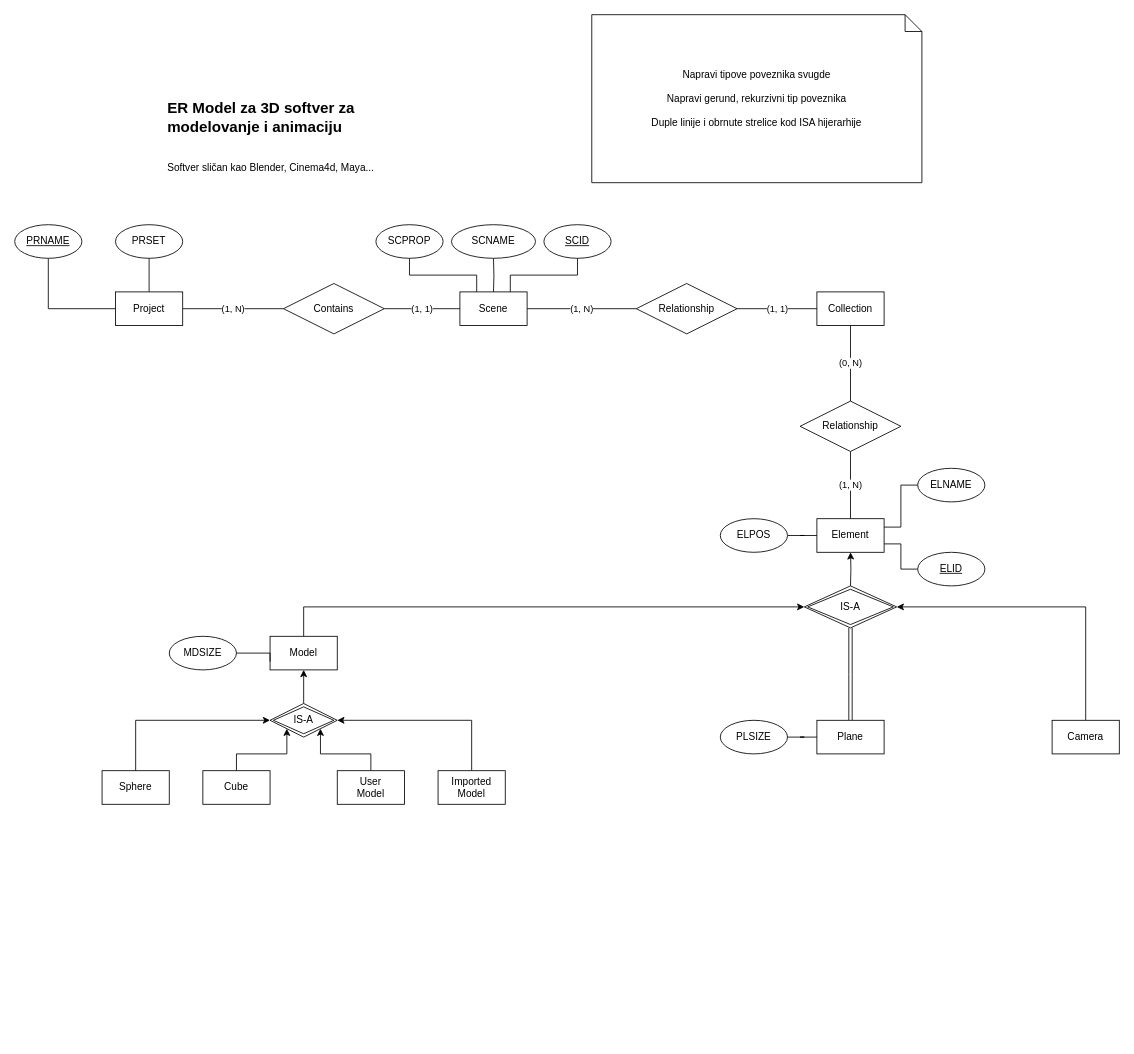
Before: 3d_Softw_ER_Model.drawio in Ikkjo/3d-modeling-db, a draw.io diagram. Source tidied: cells renumbered, new cells numbered last; positions are measured from the earlier drawing's top-left corner, leaving out a move shared by most shapes. Both pictures are drawn from the tidied source at 84%, with x=0, y=0 at pixel (14, 14).
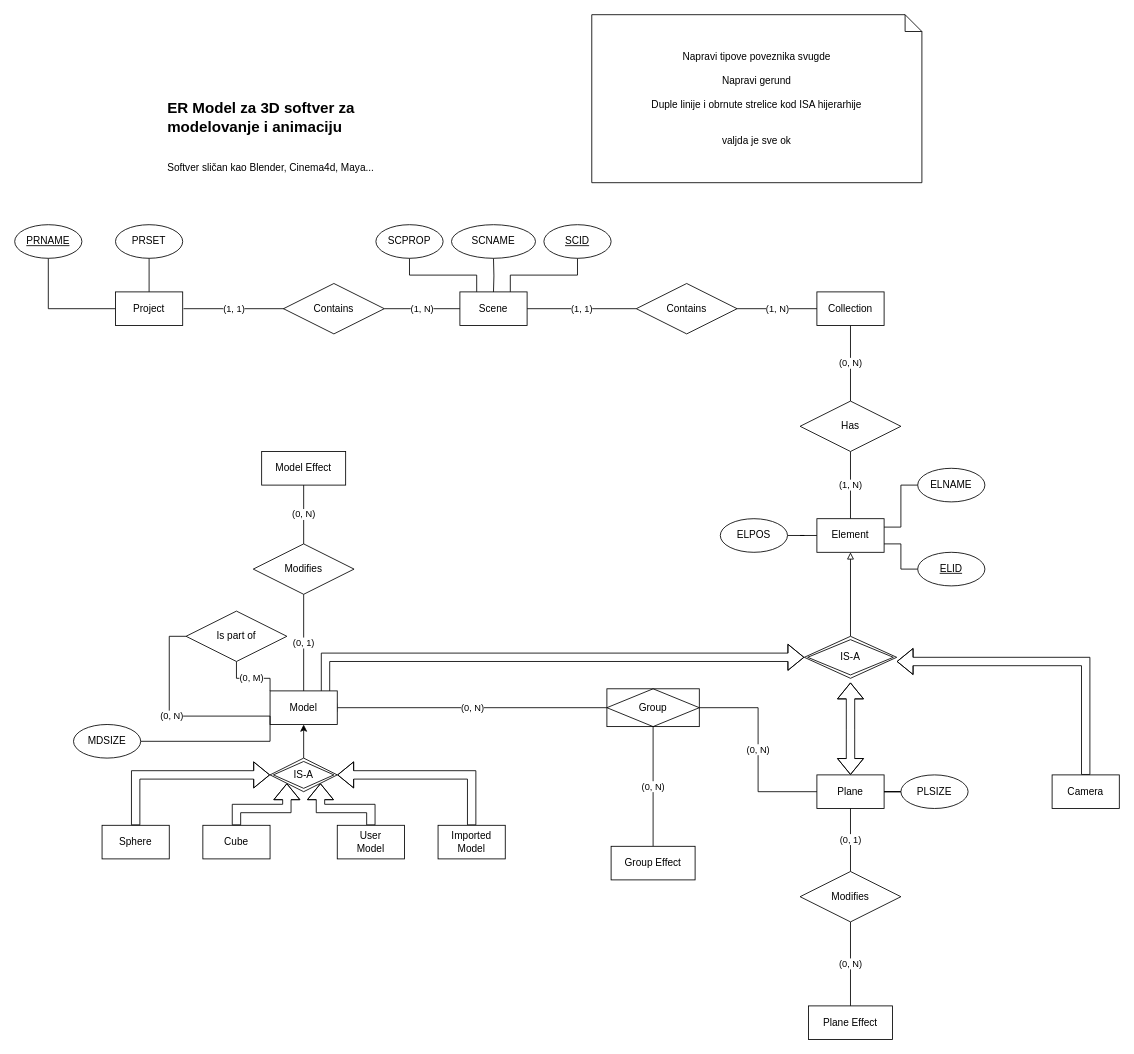
After the change.

Unchanged cells that the change refers to:
```xml
<mxCell id="6" value="Scene" style="whiteSpace=wrap;html=1;align=center;" parent="1" vertex="1">
  <mxGeometry x="530" y="330" width="80" height="40" as="geometry" />
</mxCell>
<mxCell id="10" value="Project" style="whiteSpace=wrap;html=1;align=center;" parent="1" vertex="1">
  <mxGeometry x="120" y="330" width="80" height="40" as="geometry" />
</mxCell>
<mxCell id="37" value="Collection" style="whiteSpace=wrap;html=1;align=center;" parent="1" vertex="1">
  <mxGeometry x="955" y="330" width="80" height="40" as="geometry" />
</mxCell>
<mxCell id="39" value="Element" style="whiteSpace=wrap;html=1;align=center;" parent="1" vertex="1">
  <mxGeometry x="955" y="600" width="80" height="40" as="geometry" />
</mxCell>
<mxCell id="50" value="Contains" style="shape=rhombus;perimeter=rhombusPerimeter;whiteSpace=wrap;html=1;align=center;" parent="1" vertex="1">
  <mxGeometry x="320" y="320" width="120" height="60" as="geometry" />
</mxCell>
```

Diff of the diagram source:
```diff
@@
-    <mxCell id="4" value="(1, 1)" style="edgeStyle=orthogonalEdgeStyle;rounded=0;jettySize=auto;html=1;exitX=0;exitY=0.5;exitDx=0;exitDy=0;entryX=1;entryY=0.5;entryDx=0;entryDy=0;endArrow=none;endFill=0;" parent="1" edge="1" source="6" target="50">
-      <mxGeometry relative="1" as="geometry" />
+    <mxCell id="4" value="(1, N)" style="edgeStyle=orthogonalEdgeStyle;rounded=0;jettySize=auto;html=1;exitX=0;exitY=0.5;exitDx=0;exitDy=0;entryX=1;entryY=0.5;entryDx=0;entryDy=0;endArrow=none;endFill=0;" parent="1" edge="1" source="6" target="50">
+      <mxGeometry relative="1" as="geometry">
+        <Array as="points">
+          <mxPoint x="490" y="350" />
+          <mxPoint x="490" y="350" />
+        </Array>
+      </mxGeometry>
     </mxCell>
-    <mxCell id="5" value="(1, N)" style="edgeStyle=orthogonalEdgeStyle;rounded=0;jettySize=auto;html=1;exitX=1;exitY=0.5;exitDx=0;exitDy=0;entryX=0;entryY=0.5;entryDx=0;entryDy=0;endArrow=none;endFill=0;" parent="1" edge="1" source="6" target="52">
+    <mxCell id="5" value="(1, 1)" style="edgeStyle=orthogonalEdgeStyle;rounded=0;jettySize=auto;html=1;exitX=1;exitY=0.5;exitDx=0;exitDy=0;entryX=0;entryY=0.5;entryDx=0;entryDy=0;endArrow=none;endFill=0;" parent="1" edge="1" source="6" target="52">
       <mxGeometry relative="1" as="geometry" />
     </mxCell>
@@
-    <mxCell id="7" value="(1, N)" style="edgeStyle=orthogonalEdgeStyle;rounded=0;jettySize=auto;html=1;exitX=1;exitY=0.5;exitDx=0;exitDy=0;endArrow=none;endFill=0;entryX=0;entryY=0.5;entryDx=0;entryDy=0;" parent="1" edge="1" source="10" target="50">
-      <mxGeometry relative="1" as="geometry" />
+    <mxCell id="7" value="(1, 1)" style="edgeStyle=orthogonalEdgeStyle;rounded=0;orthogonalLoop=1;jettySize=auto;html=1;exitX=1;exitY=0.5;exitDx=0;exitDy=0;endArrow=none;endFill=0;entryX=0;entryY=0.5;entryDx=0;entryDy=0;" parent="1" edge="1">
+      <mxGeometry relative="1" as="geometry">
+        <mxPoint x="201" y="350" as="sourcePoint" />
+        <mxPoint x="321" y="350" as="targetPoint" />
+      </mxGeometry>
     </mxCell>
@@
-    <mxCell id="11" style="edgeStyle=orthogonalEdgeStyle;rounded=0;jettySize=auto;html=1;entryX=1;entryY=0.5;entryDx=0;entryDy=0;endArrow=classic;endFill=1;" parent="1" edge="1" source="12">
+    <mxCell id="11" style="edgeStyle=orthogonalEdgeStyle;rounded=0;jettySize=auto;html=1;entryX=1;entryY=0.5;entryDx=0;entryDy=0;endArrow=classic;endFill=1;shape=flexArrow;" parent="1" edge="1" source="12">
       <mxGeometry relative="1" as="geometry">
-        <mxPoint x="1050" y="705" as="targetPoint" />
+        <mxPoint x="1050" y="770" as="targetPoint" />
         <Array as="points">
-          <mxPoint x="1275" y="705" />
+          <mxPoint x="1275" y="770" />
         </Array>
       </mxGeometry>
     </mxCell>
     <mxCell id="12" value="Camera" style="whiteSpace=wrap;html=1;align=center;" parent="1" vertex="1">
-      <mxGeometry x="1235" y="840" width="80" height="40" as="geometry" />
+      <mxGeometry x="1235" y="905" width="80" height="40" as="geometry" />
     </mxCell>
@@
-    <mxCell id="14" style="edgeStyle=orthogonalEdgeStyle;rounded=0;jettySize=auto;html=1;exitX=0.5;exitY=0;exitDx=0;exitDy=0;entryX=0;entryY=0.5;entryDx=0;entryDy=0;endArrow=classic;endFill=1;" parent="1" edge="1" source="15" target="45">
-      <mxGeometry relative="1" as="geometry" />
+    <mxCell id="14" style="edgeStyle=orthogonalEdgeStyle;rounded=0;jettySize=auto;html=1;exitX=1;exitY=0.5;exitDx=0;exitDy=0;entryX=0;entryY=0.5;entryDx=0;entryDy=0;startArrow=none;startFill=0;endArrow=block;endFill=0;fillColor=none;shape=flexArrow;" parent="1" edge="1" source="15" target="45">
+      <mxGeometry relative="1" as="geometry">
+        <Array as="points">
+          <mxPoint x="370" y="825" />
+          <mxPoint x="370" y="765" />
+        </Array>
+      </mxGeometry>
     </mxCell>
+    <mxCell id="55" value="(0, N)" style="edgeStyle=orthogonalEdgeStyle;rounded=0;jettySize=auto;html=1;exitX=1;exitY=0.5;exitDx=0;exitDy=0;entryX=0;entryY=0.5;entryDx=0;entryDy=0;startArrow=none;startFill=0;endArrow=none;endFill=0;fillColor=none;" parent="1" edge="1" source="15" target="63">
+      <mxGeometry relative="1" as="geometry" />
+    </mxCell>
     <mxCell id="15" value="Model" style="whiteSpace=wrap;html=1;align=center;" parent="1" vertex="1">
-      <mxGeometry x="304" y="740" width="80" height="40" as="geometry" />
+      <mxGeometry x="304" y="805" width="80" height="40" as="geometry" />
     </mxCell>
-    <mxCell id="16" value="Sphere" style="whiteSpace=wrap;html=1;align=center;" parent="1" vertex="1">
-      <mxGeometry x="104" y="900" width="80" height="40" as="geometry" />
+    <mxCell id="16" value="Sphere" style="whiteSpace=wrap;html=1;align=center;imageWidth=30;imageHeight=30;" parent="1" vertex="1">
+      <mxGeometry x="104" y="965" width="80" height="40" as="geometry" />
     </mxCell>
-    <mxCell id="17" value="Cube" style="whiteSpace=wrap;html=1;align=center;" parent="1" vertex="1">
-      <mxGeometry x="224" y="900" width="80" height="40" as="geometry" />
+    <mxCell id="17" value="Cube" style="whiteSpace=wrap;html=1;align=center;imageWidth=30;imageHeight=30;" parent="1" vertex="1">
+      <mxGeometry x="224" y="965" width="80" height="40" as="geometry" />
     </mxCell>
-    <mxCell id="18" style="edgeStyle=orthogonalEdgeStyle;rounded=0;jettySize=auto;html=1;exitX=0;exitY=0.5;exitDx=0;exitDy=0;entryX=0.5;entryY=0;entryDx=0;entryDy=0;startArrow=classic;startFill=1;endArrow=none;endFill=0;" parent="1" edge="1" source="22" target="16">
+    <mxCell id="18" style="edgeStyle=orthogonalEdgeStyle;rounded=0;jettySize=auto;html=1;exitX=0;exitY=0.5;exitDx=0;exitDy=0;entryX=0.5;entryY=0;entryDx=0;entryDy=0;startArrow=classic;startFill=1;endArrow=none;endFill=0;shape=flexArrow;" parent="1" edge="1" source="22" target="16">
       <mxGeometry relative="1" as="geometry" />
     </mxCell>
-    <mxCell id="19" style="edgeStyle=orthogonalEdgeStyle;rounded=0;jettySize=auto;html=1;exitX=0;exitY=1;exitDx=0;exitDy=0;startArrow=classic;startFill=1;endArrow=none;endFill=0;" parent="1" edge="1" source="22" target="17">
+    <mxCell id="19" style="edgeStyle=orthogonalEdgeStyle;rounded=0;jettySize=auto;html=1;exitX=0;exitY=1;exitDx=0;exitDy=0;startArrow=classic;startFill=1;endArrow=none;endFill=0;shape=flexArrow;" parent="1" edge="1" source="22" target="17">
       <mxGeometry relative="1" as="geometry" />
     </mxCell>
-    <mxCell id="20" style="edgeStyle=orthogonalEdgeStyle;rounded=0;jettySize=auto;html=1;exitX=1;exitY=1;exitDx=0;exitDy=0;entryX=0.5;entryY=0;entryDx=0;entryDy=0;startArrow=classic;startFill=1;endArrow=none;endFill=0;" parent="1" edge="1" source="22" target="23">
+    <mxCell id="20" style="edgeStyle=orthogonalEdgeStyle;rounded=0;jettySize=auto;html=1;exitX=1;exitY=1;exitDx=0;exitDy=0;entryX=0.5;entryY=0;entryDx=0;entryDy=0;startArrow=classic;startFill=1;endArrow=none;endFill=0;shape=flexArrow;" parent="1" edge="1" source="22" target="23">
       <mxGeometry relative="1" as="geometry" />
     </mxCell>
-    <mxCell id="21" style="edgeStyle=orthogonalEdgeStyle;rounded=0;jettySize=auto;html=1;exitX=1;exitY=0.5;exitDx=0;exitDy=0;startArrow=classic;startFill=1;endArrow=none;endFill=0;" parent="1" edge="1" source="22" target="24">
+    <mxCell id="21" style="edgeStyle=orthogonalEdgeStyle;rounded=0;jettySize=auto;html=1;exitX=1;exitY=0.5;exitDx=0;exitDy=0;startArrow=classic;startFill=1;endArrow=none;endFill=0;shape=flexArrow;" parent="1" edge="1" source="22" target="24">
       <mxGeometry relative="1" as="geometry" />
     </mxCell>
     <mxCell id="22" value="&lt;div&gt;IS-A&lt;/div&gt;" style="shape=rhombus;double=1;perimeter=rhombusPerimeter;whiteSpace=wrap;html=1;align=center;" parent="1" vertex="1">
-      <mxGeometry x="304" y="820" width="80" height="40" as="geometry" />
+      <mxGeometry x="304" y="885" width="80" height="40" as="geometry" />
     </mxCell>
-    <mxCell id="23" value="&lt;div&gt;User&lt;/div&gt;&lt;div&gt;Model&lt;/div&gt;" style="whiteSpace=wrap;html=1;align=center;" parent="1" vertex="1">
-      <mxGeometry x="384" y="900" width="80" height="40" as="geometry" />
+    <mxCell id="23" value="&lt;div&gt;User&lt;/div&gt;&lt;div&gt;Model&lt;/div&gt;" style="whiteSpace=wrap;html=1;align=center;imageWidth=30;imageHeight=30;" parent="1" vertex="1">
+      <mxGeometry x="384" y="965" width="80" height="40" as="geometry" />
     </mxCell>
-    <mxCell id="24" value="&lt;div&gt;Imported Model&lt;/div&gt;" style="whiteSpace=wrap;html=1;align=center;" parent="1" vertex="1">
-      <mxGeometry x="504" y="900" width="80" height="40" as="geometry" />
+    <mxCell id="24" value="&lt;div&gt;Imported Model&lt;/div&gt;" style="whiteSpace=wrap;html=1;align=center;imageWidth=30;imageHeight=30;" parent="1" vertex="1">
+      <mxGeometry x="504" y="965" width="80" height="40" as="geometry" />
     </mxCell>
@@
     <mxCell id="32" style="edgeStyle=orthogonalEdgeStyle;rounded=0;jettySize=auto;html=1;exitX=1;exitY=0.5;exitDx=0;exitDy=0;entryX=0;entryY=0.75;entryDx=0;entryDy=0;endArrow=none;endFill=0;" parent="1" edge="1" source="33" target="15">
       <mxGeometry relative="1" as="geometry">
         <Array as="points">
-          <mxPoint x="304" y="760" />
+          <mxPoint x="304" y="865" />
         </Array>
       </mxGeometry>
     </mxCell>
     <mxCell id="33" value="MDSIZE" style="ellipse;whiteSpace=wrap;html=1;align=center;" parent="1" vertex="1">
-      <mxGeometry x="184" y="740" width="80" height="40" as="geometry" />
+      <mxGeometry x="70" y="845" width="80" height="40" as="geometry" />
     </mxCell>
-    <mxCell id="34" style="edgeStyle=orthogonalEdgeStyle;rounded=0;jettySize=auto;html=1;endArrow=classic;endFill=1;shape=link;" parent="1" edge="1" source="35">
+    <mxCell id="34" style="edgeStyle=orthogonalEdgeStyle;rounded=0;jettySize=auto;html=1;endArrow=block;endFill=0;shape=flexArrow;startArrow=block;" parent="1" edge="1" source="35">
       <mxGeometry relative="1" as="geometry">
-        <mxPoint x="995" y="730" as="targetPoint" />
+        <mxPoint x="995" y="795" as="targetPoint" />
       </mxGeometry>
     </mxCell>
     <mxCell id="35" value="Plane" style="whiteSpace=wrap;html=1;align=center;" parent="1" vertex="1">
-      <mxGeometry x="955" y="840" width="80" height="40" as="geometry" />
+      <mxGeometry x="955" y="905" width="80" height="40" as="geometry" />
     </mxCell>
@@
-    <mxCell id="44" style="edgeStyle=orthogonalEdgeStyle;rounded=0;jettySize=auto;html=1;endArrow=classic;endFill=1;" parent="1" edge="1" target="39">
-      <mxGeometry relative="1" as="geometry">
-        <mxPoint x="995" y="680" as="sourcePoint" />
-      </mxGeometry>
-    </mxCell>
+    <mxCell id="56" style="edgeStyle=orthogonalEdgeStyle;rounded=0;jettySize=auto;html=1;startArrow=none;startFill=0;endArrow=block;endFill=0;fillColor=none;" parent="1" edge="1" source="45" target="39">
+      <mxGeometry relative="1" as="geometry" />
+    </mxCell>
     <mxCell id="45" value="&lt;div&gt;IS-A&lt;/div&gt;" style="shape=rhombus;double=1;perimeter=rhombusPerimeter;whiteSpace=wrap;html=1;align=center;" parent="1" vertex="1">
-      <mxGeometry x="940" y="680" width="110" height="50" as="geometry" />
+      <mxGeometry x="940" y="740" width="110" height="50" as="geometry" />
     </mxCell>
@@
     <mxCell id="49" value="PLSIZE" style="ellipse;whiteSpace=wrap;html=1;align=center;" parent="1" vertex="1">
-      <mxGeometry x="840" y="840" width="80" height="40" as="geometry" />
+      <mxGeometry x="1055" y="905" width="80" height="40" as="geometry" />
     </mxCell>
@@
-    <mxCell id="51" value="(1, 1)" style="edgeStyle=orthogonalEdgeStyle;rounded=0;jettySize=auto;html=1;exitX=1;exitY=0.5;exitDx=0;exitDy=0;entryX=0;entryY=0.5;entryDx=0;entryDy=0;endArrow=none;endFill=0;" parent="1" edge="1" source="52" target="37">
+    <mxCell id="51" value="(1, N)" style="edgeStyle=orthogonalEdgeStyle;rounded=0;jettySize=auto;html=1;exitX=1;exitY=0.5;exitDx=0;exitDy=0;entryX=0;entryY=0.5;entryDx=0;entryDy=0;endArrow=none;endFill=0;" parent="1" edge="1" source="52" target="37">
       <mxGeometry relative="1" as="geometry" />
     </mxCell>
-    <mxCell id="52" value="Relationship" style="shape=rhombus;perimeter=rhombusPerimeter;whiteSpace=wrap;html=1;align=center;" parent="1" vertex="1">
+    <mxCell id="52" value="Contains" style="shape=rhombus;perimeter=rhombusPerimeter;whiteSpace=wrap;html=1;align=center;" parent="1" vertex="1">
       <mxGeometry x="740" y="320" width="120" height="60" as="geometry" />
     </mxCell>
-    <mxCell id="53" value="Relationship" style="shape=rhombus;perimeter=rhombusPerimeter;whiteSpace=wrap;html=1;align=center;" parent="1" vertex="1">
+    <mxCell id="53" value="Has" style="shape=rhombus;perimeter=rhombusPerimeter;whiteSpace=wrap;html=1;align=center;" parent="1" vertex="1">
       <mxGeometry x="935" y="460" width="120" height="60" as="geometry" />
     </mxCell>
-    <mxCell id="54" value="&lt;div&gt;Napravi tipove poveznika svugde&lt;/div&gt;&lt;div&gt;&lt;br&gt;&lt;/div&gt;&lt;div&gt;Napravi gerund, rekurzivni tip poveznika&lt;/div&gt;&lt;div&gt;&lt;br&gt;&lt;/div&gt;&lt;div&gt;Duple linije i obrnute strelice kod ISA hijerarhije&lt;br&gt;&lt;/div&gt;" style="shape=note;size=20;whiteSpace=wrap;html=1;" parent="1" vertex="1">
+    <mxCell id="54" value="&lt;div&gt;Napravi tipove poveznika svugde&lt;/div&gt;&lt;div&gt;&lt;br&gt;&lt;/div&gt;&lt;div&gt;Napravi gerund&lt;/div&gt;&lt;div&gt;&lt;br&gt;&lt;/div&gt;&lt;div&gt;Duple linije i obrnute strelice kod ISA hijerarhije&lt;br&gt;&lt;/div&gt;&lt;div&gt;&lt;br&gt;&lt;/div&gt;&lt;div&gt;&lt;br&gt;&lt;/div&gt;&lt;div&gt;valjda je sve ok&lt;br&gt;&lt;/div&gt;" style="shape=note;size=20;whiteSpace=wrap;html=1;" parent="1" vertex="1">
       <mxGeometry x="687" width="393" height="200" as="geometry" />
     </mxCell>
+    <mxCell id="57" value="(0, N)" style="edgeStyle=orthogonalEdgeStyle;rounded=0;jettySize=auto;html=1;exitX=0;exitY=0.5;exitDx=0;exitDy=0;entryX=0;entryY=0.75;entryDx=0;entryDy=0;startArrow=none;startFill=0;endArrow=none;endFill=0;fillColor=none;" parent="1" edge="1" source="59" target="15">
+      <mxGeometry relative="1" as="geometry" />
+    </mxCell>
+    <mxCell id="58" value="(0, M)" style="edgeStyle=orthogonalEdgeStyle;rounded=0;jettySize=auto;html=1;exitX=0.5;exitY=1;exitDx=0;exitDy=0;entryX=0;entryY=0;entryDx=0;entryDy=0;startArrow=none;startFill=0;endArrow=none;endFill=0;fillColor=none;" parent="1" edge="1" source="59" target="15">
+      <mxGeometry relative="1" as="geometry" />
+    </mxCell>
+    <mxCell id="59" value="Is part of" style="shape=rhombus;perimeter=rhombusPerimeter;whiteSpace=wrap;html=1;align=center;" parent="1" vertex="1">
+      <mxGeometry x="204" y="710" width="120" height="60" as="geometry" />
+    </mxCell>
+    <mxCell id="60" value="(0, N)" style="edgeStyle=orthogonalEdgeStyle;rounded=0;jettySize=auto;html=1;exitX=0.5;exitY=0;exitDx=0;exitDy=0;entryX=0.5;entryY=1;entryDx=0;entryDy=0;startArrow=none;startFill=0;endArrow=none;endFill=0;fillColor=none;" parent="1" edge="1" source="61" target="63">
+      <mxGeometry relative="1" as="geometry" />
+    </mxCell>
+    <mxCell id="61" value="Group Effect" style="whiteSpace=wrap;html=1;align=center;" parent="1" vertex="1">
+      <mxGeometry x="710" y="990" width="100" height="40" as="geometry" />
+    </mxCell>
+    <mxCell id="62" value="(0, N)" style="edgeStyle=orthogonalEdgeStyle;rounded=0;jettySize=auto;html=1;exitX=1;exitY=0.5;exitDx=0;exitDy=0;entryX=0;entryY=0.5;entryDx=0;entryDy=0;startArrow=none;startFill=0;endArrow=none;endFill=0;fillColor=none;" parent="1" edge="1" source="63" target="35">
+      <mxGeometry relative="1" as="geometry" />
+    </mxCell>
+    <mxCell id="63" value="Group" style="shape=associativeEntity;whiteSpace=wrap;html=1;align=center;" parent="1" vertex="1">
+      <mxGeometry x="705" y="802.5" width="110" height="45" as="geometry" />
+    </mxCell>
+    <mxCell id="64" value="(0, N)" style="edgeStyle=orthogonalEdgeStyle;rounded=0;jettySize=auto;html=1;exitX=0.5;exitY=0;exitDx=0;exitDy=0;entryX=0.5;entryY=1;entryDx=0;entryDy=0;startArrow=none;startFill=0;endArrow=none;endFill=0;fillColor=none;" parent="1" edge="1" source="65" target="71">
+      <mxGeometry relative="1" as="geometry" />
+    </mxCell>
+    <mxCell id="65" value="Plane Effect" style="whiteSpace=wrap;html=1;align=center;" parent="1" vertex="1">
+      <mxGeometry x="945" y="1180" width="100" height="40" as="geometry" />
+    </mxCell>
+    <mxCell id="66" value="Model Effect" style="whiteSpace=wrap;html=1;align=center;" parent="1" vertex="1">
+      <mxGeometry x="294" y="520" width="100" height="40" as="geometry" />
+    </mxCell>
+    <mxCell id="67" value="(0, N)" style="edgeStyle=orthogonalEdgeStyle;rounded=0;jettySize=auto;html=1;exitX=0.5;exitY=0;exitDx=0;exitDy=0;entryX=0.5;entryY=1;entryDx=0;entryDy=0;startArrow=none;startFill=0;endArrow=none;endFill=0;fillColor=none;" parent="1" edge="1" source="69" target="66">
+      <mxGeometry relative="1" as="geometry" />
+    </mxCell>
+    <mxCell id="68" value="(0, 1)" style="edgeStyle=orthogonalEdgeStyle;rounded=0;jettySize=auto;html=1;exitX=0.5;exitY=1;exitDx=0;exitDy=0;entryX=0.5;entryY=0;entryDx=0;entryDy=0;startArrow=none;startFill=0;endArrow=none;endFill=0;fillColor=none;" parent="1" edge="1" source="69" target="15">
+      <mxGeometry relative="1" as="geometry" />
+    </mxCell>
+    <mxCell id="69" value="Modifies" style="shape=rhombus;perimeter=rhombusPerimeter;whiteSpace=wrap;html=1;align=center;" parent="1" vertex="1">
+      <mxGeometry x="284" y="630" width="120" height="60" as="geometry" />
+    </mxCell>
+    <mxCell id="70" value="(0, 1)" style="edgeStyle=orthogonalEdgeStyle;rounded=0;jettySize=auto;html=1;exitX=0.5;exitY=0;exitDx=0;exitDy=0;entryX=0.5;entryY=1;entryDx=0;entryDy=0;startArrow=none;startFill=0;endArrow=none;endFill=0;fillColor=none;" parent="1" edge="1" source="71" target="35">
+      <mxGeometry relative="1" as="geometry" />
+    </mxCell>
+    <mxCell id="71" value="Modifies" style="shape=rhombus;perimeter=rhombusPerimeter;whiteSpace=wrap;html=1;align=center;" parent="1" vertex="1">
+      <mxGeometry x="935" y="1020" width="120" height="60" as="geometry" />
+    </mxCell>
```
